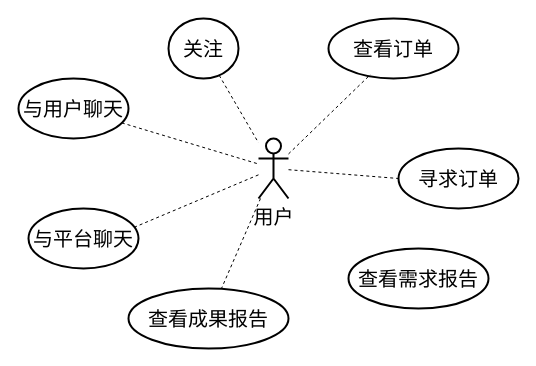
jongsh/drawio keeps this draw.io diagram as 2024-BUAA-SE/需求规格书/用户交互模块-用例图.drawio. Above is the earlier version. Source tidied: cells renumbered, new cells numbered last; positions are measured from the earlier drawing's top-left corner, leaving out a move shared by most shapes. Both pictures are drawn from the tidied source at 100%, with x=0, y=0 at pixel (18, 18).
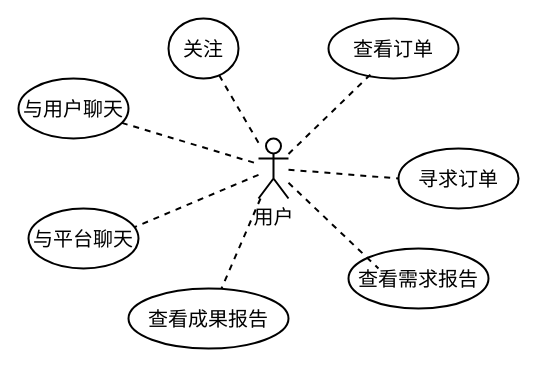
After the change.

Commit message (it also covers changes not shown here):
更新用户交互模块-用例图.drawio

Diff of the diagram source:
```diff
@@
 <mxGraphModel>
   <root>
     <mxCell id="0" />
     <mxCell id="1" parent="0" />
     <mxCell id="2" value="用户" style="shape=umlActor;verticalLabelPosition=bottom;verticalAlign=top;html=1;outlineConnect=0;strokeWidth=2;fontSize=20;" parent="1" vertex="1">
       <mxGeometry x="240" y="120" width="30" height="60" as="geometry" />
     </mxCell>
     <mxCell id="3" value="查看订单" style="ellipse;whiteSpace=wrap;html=1;strokeWidth=2;fontSize=20;" parent="1" vertex="1">
       <mxGeometry x="310" width="130" height="60" as="geometry" />
     </mxCell>
     <mxCell id="4" value="寻求订单" style="ellipse;whiteSpace=wrap;html=1;strokeWidth=2;fontSize=20;" parent="1" vertex="1">
       <mxGeometry x="380" y="130" width="120" height="60" as="geometry" />
     </mxCell>
     <mxCell id="5" value="查看需求报告" style="ellipse;whiteSpace=wrap;html=1;strokeWidth=2;fontSize=20;" parent="1" vertex="1">
       <mxGeometry x="330" y="230" width="140" height="60" as="geometry" />
     </mxCell>
     <mxCell id="6" value="查看成果&lt;span style=&quot;background-color: initial; font-size: 20px;&quot;&gt;报告&lt;/span&gt;" style="ellipse;whiteSpace=wrap;html=1;strokeWidth=2;fontSize=20;" parent="1" vertex="1">
       <mxGeometry x="110" y="270" width="160" height="60" as="geometry" />
     </mxCell>
     <mxCell id="7" value="与平台聊天" style="ellipse;whiteSpace=wrap;html=1;strokeWidth=2;fontSize=20;" parent="1" vertex="1">
       <mxGeometry x="10" y="190" width="110" height="60" as="geometry" />
     </mxCell>
     <mxCell id="8" value="与用户&lt;span style=&quot;background-color: initial; font-size: 20px;&quot;&gt;聊天&lt;/span&gt;" style="ellipse;whiteSpace=wrap;html=1;strokeWidth=2;fontSize=20;" parent="1" vertex="1">
       <mxGeometry y="60" width="110" height="60" as="geometry" />
     </mxCell>
     <mxCell id="9" value="关注" style="ellipse;whiteSpace=wrap;html=1;strokeWidth=2;fontSize=20;" parent="1" vertex="1">
       <mxGeometry x="150" width="70" height="60" as="geometry" />
     </mxCell>
-    <mxCell id="10" style="endArrow=none;dashed=1;html=1;rounded=0;" parent="1" edge="1" source="9" target="2">
+    <mxCell id="10" style="endArrow=none;dashed=1;html=1;rounded=0;fontSize=20;strokeWidth=2;" parent="1" edge="1" source="9" target="2">
       <mxGeometry relative="1" as="geometry" />
     </mxCell>
-    <mxCell id="11" style="endArrow=none;dashed=1;html=1;rounded=0;" parent="1" edge="1" source="8" target="2">
+    <mxCell id="11" style="endArrow=none;dashed=1;html=1;rounded=0;fontSize=20;strokeWidth=2;" parent="1" edge="1" source="8" target="2">
       <mxGeometry relative="1" as="geometry" />
     </mxCell>
-    <mxCell id="12" style="endArrow=none;dashed=1;html=1;rounded=0;entryX=0.964;entryY=0.311;entryDx=0;entryDy=0;entryPerimeter=0;" parent="1" edge="1" source="2" target="7">
+    <mxCell id="12" style="endArrow=none;dashed=1;html=1;rounded=0;entryX=0.964;entryY=0.311;entryDx=0;entryDy=0;entryPerimeter=0;fontSize=20;strokeWidth=2;" parent="1" edge="1" source="2" target="7">
       <mxGeometry relative="1" as="geometry" />
     </mxCell>
-    <mxCell id="13" style="endArrow=none;dashed=1;html=1;rounded=0;entryX=0.323;entryY=0.933;entryDx=0;entryDy=0;entryPerimeter=0;" parent="1" edge="1" source="2" target="3">
+    <mxCell id="13" style="endArrow=none;dashed=1;html=1;rounded=0;entryX=0.323;entryY=0.933;entryDx=0;entryDy=0;entryPerimeter=0;fontSize=20;strokeWidth=2;" parent="1" edge="1" source="2" target="3">
       <mxGeometry relative="1" as="geometry" />
     </mxCell>
-    <mxCell id="14" style="endArrow=none;dashed=1;html=1;rounded=0;entryX=0;entryY=0.5;entryDx=0;entryDy=0;" parent="1" edge="1" source="2" target="4">
+    <mxCell id="14" style="endArrow=none;dashed=1;html=1;rounded=0;entryX=0;entryY=0.5;entryDx=0;entryDy=0;fontSize=20;strokeWidth=2;" parent="1" edge="1" source="2" target="4">
       <mxGeometry relative="1" as="geometry" />
     </mxCell>
-    <mxCell id="15" style="endArrow=none;dashed=1;html=1;rounded=0;" parent="1" edge="1" source="2" target="6">
+    <mxCell id="15" style="endArrow=none;dashed=1;html=1;rounded=0;fontSize=20;strokeWidth=2;" parent="1" edge="1" source="2" target="6">
       <mxGeometry relative="1" as="geometry" />
     </mxCell>
+    <mxCell id="16" style="endArrow=none;dashed=1;html=1;rounded=0;entryX=0.214;entryY=0.333;entryDx=0;entryDy=0;entryPerimeter=0;fontSize=20;strokeWidth=2;" parent="1" edge="1" source="2" target="5">
+      <mxGeometry relative="1" as="geometry" />
+    </mxCell>
   </root>
 </mxGraphModel>
```
